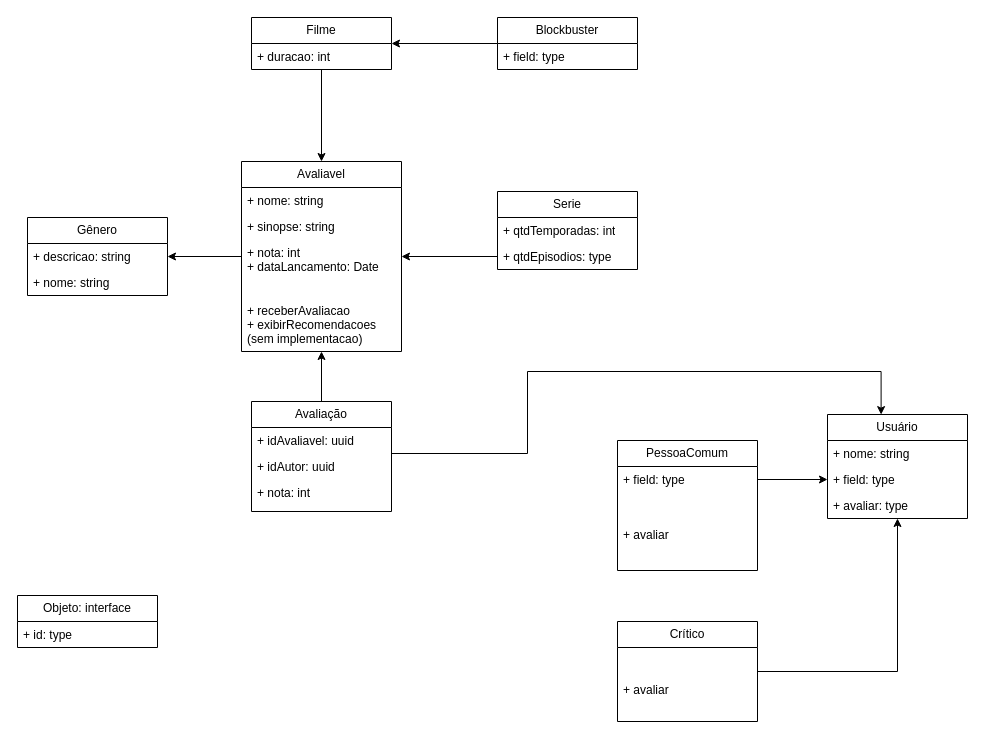
The draw.io diagram rottenavocados.drawio in andluca/projeto322, before the edit. Source tidied: cells renumbered, new cells numbered last; positions are measured from the earlier drawing's top-left corner, leaving out a move shared by most shapes. Both pictures are drawn from the tidied source at 100%, with x=0, y=0 at pixel (17, 17).
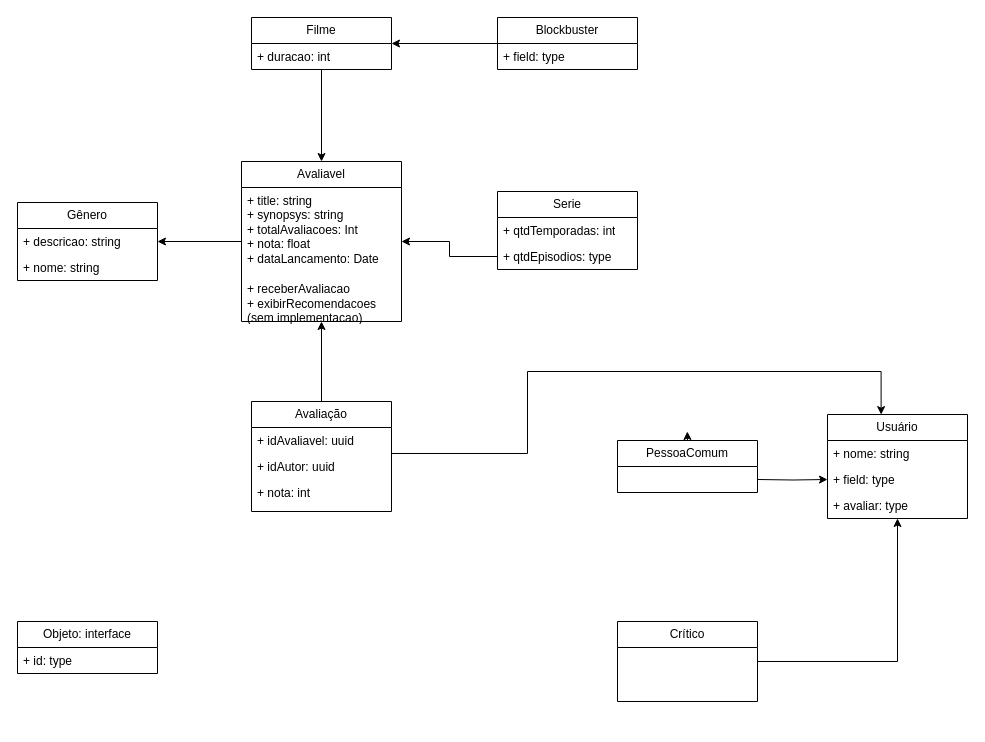
Above is the later version.

The change refers to these unchanged cells:
```xml
<mxCell id="13" value="+ field: type" style="text;strokeColor=none;fillColor=none;align=left;verticalAlign=top;spacingLeft=4;spacingRight=4;overflow=hidden;points=[[0,0.5],[1,0.5]];portConstraint=eastwest;whiteSpace=wrap;html=1;" parent="11" vertex="1">
  <mxGeometry y="52" width="140" height="26" as="geometry" />
</mxCell>
```

Change to the diagram source:
```diff
@@
     <mxCell id="2" value="Avaliavel" style="swimlane;fontStyle=0;horizontal=1;startSize=26;fillColor=none;whiteSpace=wrap;html=1;" parent="1" vertex="1">
-      <mxGeometry x="224" y="144" width="160" height="190" as="geometry" />
+      <mxGeometry x="224" y="144" width="160" height="160" as="geometry" />
     </mxCell>
-    <mxCell id="3" value="+ nome: string" style="text;strokeColor=none;fillColor=none;align=left;verticalAlign=top;spacingLeft=4;spacingRight=4;overflow=hidden;whiteSpace=wrap;html=1;" parent="2" vertex="1">
-      <mxGeometry y="26" width="160" height="26" as="geometry" />
-    </mxCell>
-    <mxCell id="4" value="+ sinopse: string" style="text;strokeColor=none;fillColor=none;align=left;verticalAlign=top;spacingLeft=4;spacingRight=4;overflow=hidden;whiteSpace=wrap;html=1;" parent="2" vertex="1">
-      <mxGeometry y="52" width="160" height="26" as="geometry" />
+    <mxCell id="4" value="+ title: string&lt;br&gt;+ synopsys: string&lt;br&gt;+ totalAvaliacoes: Int&lt;br&gt;&lt;div&gt;+ nota: float&lt;/div&gt;&lt;div&gt;+ dataLancamento: Date&lt;/div&gt;&lt;div&gt;&lt;br&gt;&lt;/div&gt;" style="text;strokeColor=none;fillColor=none;align=left;verticalAlign=top;spacingLeft=4;spacingRight=4;overflow=hidden;whiteSpace=wrap;html=1;" parent="2" vertex="1">
+      <mxGeometry y="26" width="160" height="74" as="geometry" />
     </mxCell>
-    <mxCell id="5" value="&lt;div&gt;+ nota: int&lt;/div&gt;&lt;div&gt;+ dataLancamento: Date&lt;/div&gt;&lt;div&gt;&lt;span style=&quot;background-color: initial;&quot;&gt;&lt;br&gt;&lt;/span&gt;&lt;/div&gt;&lt;div&gt;&lt;span style=&quot;background-color: initial;&quot;&gt;&lt;br&gt;&lt;/span&gt;&lt;/div&gt;&lt;div&gt;&lt;span style=&quot;background-color: initial;&quot;&gt;+ receberAvaliacao&lt;/span&gt;&lt;/div&gt;&lt;div&gt;&lt;span style=&quot;background-color: initial;&quot;&gt;+ exibirRecomendacoes (sem implementacao)&lt;/span&gt;&lt;/div&gt;" style="text;strokeColor=none;fillColor=none;align=left;verticalAlign=top;spacingLeft=4;spacingRight=4;overflow=hidden;whiteSpace=wrap;html=1;" parent="2" vertex="1">
-      <mxGeometry y="78" width="160" height="112" as="geometry" />
+    <mxCell id="5" value="&lt;div&gt;&lt;span style=&quot;background-color: initial;&quot;&gt;&lt;br&gt;&lt;/span&gt;&lt;/div&gt;&lt;div&gt;&lt;span style=&quot;background-color: initial;&quot;&gt;+ receberAvaliacao&lt;/span&gt;&lt;br&gt;&lt;/div&gt;&lt;div&gt;&lt;span style=&quot;background-color: initial;&quot;&gt;+ exibirRecomendacoes (sem implementacao)&lt;/span&gt;&lt;/div&gt;" style="text;strokeColor=none;fillColor=none;align=left;verticalAlign=top;spacingLeft=4;spacingRight=4;overflow=hidden;whiteSpace=wrap;html=1;" parent="2" vertex="1">
+      <mxGeometry y="100" width="160" height="60" as="geometry" />
     </mxCell>
@@
     <mxCell id="15" value="Gênero" style="swimlane;fontStyle=0;horizontal=1;startSize=26;fillColor=none;whiteSpace=wrap;html=1;" parent="1" vertex="1">
-      <mxGeometry x="10" y="200" width="140" height="78" as="geometry" />
+      <mxGeometry y="185" width="140" height="78" as="geometry" />
     </mxCell>
@@
     <mxCell id="18" value="Objeto: interface" style="swimlane;fontStyle=0;horizontal=1;startSize=26;fillColor=none;whiteSpace=wrap;html=1;" parent="1" vertex="1">
-      <mxGeometry y="578" width="140" height="52" as="geometry" />
+      <mxGeometry y="604" width="140" height="52" as="geometry" />
     </mxCell>
@@
     <mxCell id="25" value="Crítico" style="swimlane;fontStyle=0;horizontal=1;startSize=26;fillColor=none;whiteSpace=wrap;html=1;" parent="1" vertex="1">
-      <mxGeometry x="600" y="604" width="140" height="100" as="geometry" />
+      <mxGeometry x="600" y="604" width="140" height="80" as="geometry" />
     </mxCell>
-    <mxCell id="26" value="&lt;div&gt;&lt;br&gt;&lt;/div&gt;&lt;div&gt;&lt;br&gt;&lt;/div&gt;&lt;div&gt;+ avaliar&lt;/div&gt;" style="text;strokeColor=none;fillColor=none;align=left;verticalAlign=top;spacingLeft=4;spacingRight=4;overflow=hidden;whiteSpace=wrap;html=1;" parent="25" vertex="1">
-      <mxGeometry y="26" width="140" height="74" as="geometry" />
-    </mxCell>
+    <mxCell id="39" style="edgeStyle=none;html=1;exitX=0.5;exitY=0;exitDx=0;exitDy=0;" parent="1" edge="1" source="27">
+      <mxGeometry relative="1" as="geometry">
+        <mxPoint x="669.8" y="414" as="targetPoint" />
+      </mxGeometry>
+    </mxCell>
     <mxCell id="27" value="PessoaComum" style="swimlane;fontStyle=0;horizontal=1;startSize=26;fillColor=none;whiteSpace=wrap;html=1;" parent="1" vertex="1">
-      <mxGeometry x="600" y="423" width="140" height="130" as="geometry" />
+      <mxGeometry x="600" y="423" width="140" height="52" as="geometry" />
     </mxCell>
-    <mxCell id="28" value="+ field: type" style="text;strokeColor=none;fillColor=none;align=left;verticalAlign=top;spacingLeft=4;spacingRight=4;overflow=hidden;points=[[0,0.5],[1,0.5]];portConstraint=eastwest;whiteSpace=wrap;html=1;" parent="27" vertex="1">
-      <mxGeometry y="26" width="140" height="26" as="geometry" />
-    </mxCell>
-    <mxCell id="29" value="&lt;div&gt;&lt;br&gt;&lt;/div&gt;&lt;div&gt;&lt;br&gt;&lt;/div&gt;&lt;div&gt;+ avaliar&lt;/div&gt;" style="text;strokeColor=none;fillColor=none;align=left;verticalAlign=top;spacingLeft=4;spacingRight=4;overflow=hidden;whiteSpace=wrap;html=1;" parent="27" vertex="1">
-      <mxGeometry y="52" width="140" height="78" as="geometry" />
-    </mxCell>
-    <mxCell id="30" style="edgeStyle=orthogonalEdgeStyle;rounded=0;jettySize=auto;html=1;entryX=0;entryY=0.5;entryDx=0;entryDy=0;" parent="1" edge="1" source="28" target="13">
-      <mxGeometry relative="1" as="geometry" />
+    <mxCell id="30" style="edgeStyle=orthogonalEdgeStyle;rounded=0;jettySize=auto;html=1;entryX=0;entryY=0.5;entryDx=0;entryDy=0;" parent="1" edge="1" target="13">
+      <mxGeometry relative="1" as="geometry">
+        <mxPoint x="740" y="462" as="sourcePoint" />
+      </mxGeometry>
     </mxCell>
```
